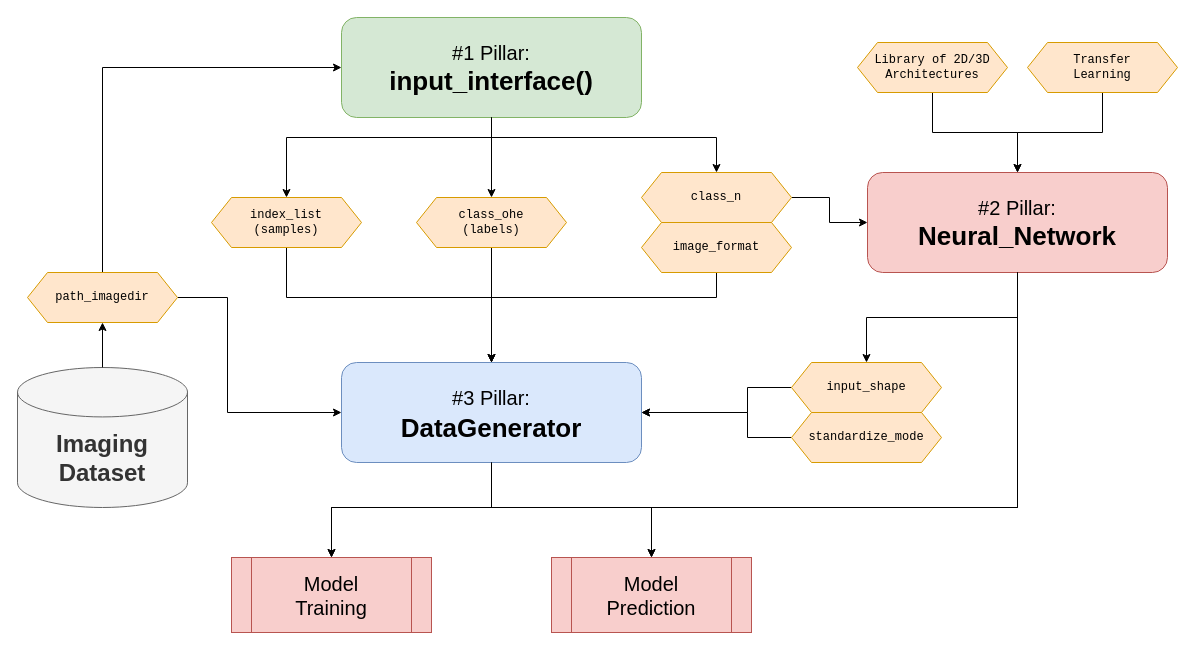
Above: docs/images/aucmedi.pillars.drawio in frankkramer-lab/aucmedi (draw.io), before the change. Source tidied: cells renumbered, new cells numbered last; positions are measured from the earlier drawing's top-left corner, leaving out a move shared by most shapes. Both pictures are drawn from the tidied source at 100%, with x=0, y=0 at pixel (17, 17).
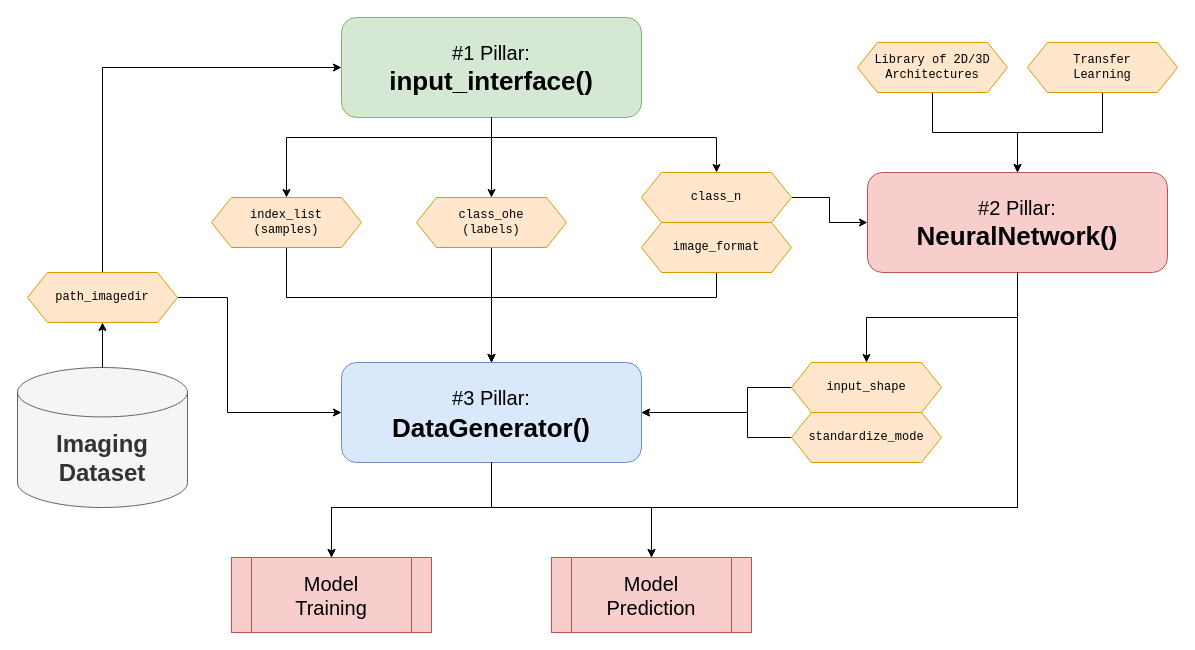
After the change.

The edit, as a diff of the source:
```diff
@@
-    <mxCell id="8" value="&lt;div style=&quot;font-size: 18px&quot;&gt;&lt;font style=&quot;font-size: 18px&quot; size=&quot;1&quot;&gt;&lt;font style=&quot;font-size: 20px&quot;&gt;#2 Pillar:&lt;/font&gt;&lt;/font&gt;&lt;b&gt;&lt;font style=&quot;font-size: 24px&quot;&gt;&lt;br&gt;&lt;/font&gt;&lt;/b&gt;&lt;/div&gt;&lt;div&gt;&lt;font size=&quot;1&quot;&gt;&lt;b&gt;&lt;font style=&quot;font-size: 24px&quot;&gt;&lt;font style=&quot;font-size: 24px&quot;&gt;&lt;font style=&quot;font-size: 26px&quot;&gt;Neural_Network&lt;/font&gt;&lt;/font&gt;&lt;/font&gt;&lt;/b&gt;&lt;/font&gt;&lt;/div&gt;" style="rounded=1;whiteSpace=wrap;html=1;fillColor=#f8cecc;strokeColor=#b85450;" parent="1" vertex="1">
+    <mxCell id="8" value="&lt;div style=&quot;font-size: 18px&quot;&gt;&lt;font style=&quot;font-size: 18px&quot; size=&quot;1&quot;&gt;&lt;font style=&quot;font-size: 20px&quot;&gt;#2 Pillar:&lt;/font&gt;&lt;/font&gt;&lt;b&gt;&lt;font style=&quot;font-size: 24px&quot;&gt;&lt;br&gt;&lt;/font&gt;&lt;/b&gt;&lt;/div&gt;&lt;div&gt;&lt;font size=&quot;1&quot;&gt;&lt;b&gt;&lt;font style=&quot;font-size: 24px&quot;&gt;&lt;font style=&quot;font-size: 24px&quot;&gt;&lt;font style=&quot;font-size: 26px&quot;&gt;NeuralNetwork()&lt;/font&gt;&lt;/font&gt;&lt;/font&gt;&lt;/b&gt;&lt;/font&gt;&lt;/div&gt;" style="rounded=1;whiteSpace=wrap;html=1;fillColor=#f8cecc;strokeColor=#b85450;" parent="1" vertex="1">
       <mxGeometry x="850" y="155" width="300" height="100" as="geometry" />
     </mxCell>
@@
-    <mxCell id="15" value="&lt;div style=&quot;font-size: 20px&quot;&gt;&lt;font style=&quot;font-size: 20px&quot;&gt;&lt;font style=&quot;font-size: 20px&quot;&gt;#3 Pillar:&lt;/font&gt;&lt;/font&gt;&lt;font style=&quot;font-size: 20px&quot;&gt;&lt;b&gt;&lt;font style=&quot;font-size: 26px&quot;&gt;&lt;br&gt;&lt;/font&gt;&lt;/b&gt;&lt;/font&gt;&lt;/div&gt;&lt;div style=&quot;font-size: 26px&quot;&gt;&lt;font style=&quot;font-size: 26px&quot;&gt;&lt;b&gt;&lt;font style=&quot;font-size: 26px&quot;&gt;&lt;font style=&quot;font-size: 26px&quot;&gt;&lt;font style=&quot;font-size: 26px&quot;&gt;DataGenerator&lt;/font&gt;&lt;/font&gt;&lt;/font&gt;&lt;/b&gt;&lt;/font&gt;&lt;/div&gt;" style="rounded=1;whiteSpace=wrap;html=1;fillColor=#dae8fc;strokeColor=#6c8ebf;" parent="1" vertex="1">
+    <mxCell id="15" value="&lt;div style=&quot;font-size: 20px&quot;&gt;&lt;font style=&quot;font-size: 20px&quot;&gt;&lt;font style=&quot;font-size: 20px&quot;&gt;#3 Pillar:&lt;/font&gt;&lt;/font&gt;&lt;font style=&quot;font-size: 20px&quot;&gt;&lt;b&gt;&lt;font style=&quot;font-size: 26px&quot;&gt;&lt;br&gt;&lt;/font&gt;&lt;/b&gt;&lt;/font&gt;&lt;/div&gt;&lt;div style=&quot;font-size: 26px&quot;&gt;&lt;font style=&quot;font-size: 26px&quot;&gt;&lt;b&gt;&lt;font style=&quot;font-size: 26px&quot;&gt;&lt;font style=&quot;font-size: 26px&quot;&gt;&lt;font style=&quot;font-size: 26px&quot;&gt;DataGenerator()&lt;/font&gt;&lt;/font&gt;&lt;/font&gt;&lt;/b&gt;&lt;/font&gt;&lt;/div&gt;" style="rounded=1;whiteSpace=wrap;html=1;fillColor=#dae8fc;strokeColor=#6c8ebf;" parent="1" vertex="1">
       <mxGeometry x="324" y="345" width="300" height="100" as="geometry" />
     </mxCell>
```
